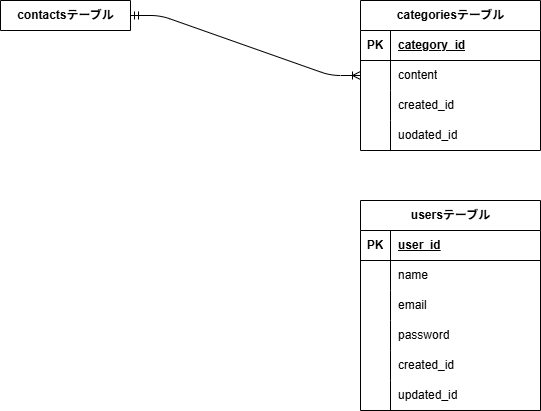
Above: er.drawio.png in miho-85-ux/testcontact-form (draw.io), before the change. Source tidied: cells renumbered, new cells last; positions are measured from the earlier drawing's top-left corner, leaving out a move shared by most shapes.
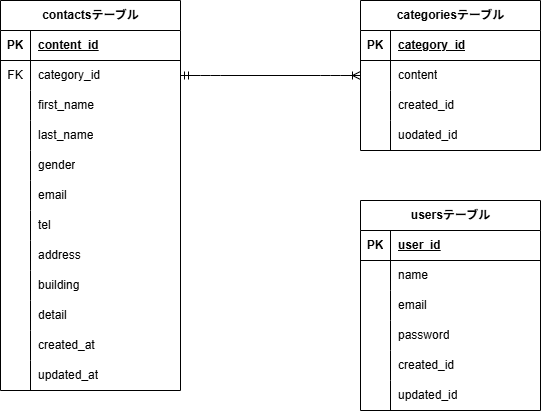
Later version of the same file.

The edit, as a diff of the source:
```diff
@@ -98,8 +98,119 @@
     <mxCell id="33" value="updated_id" style="shape=partialRectangle;fillColor=none;top=0;left=0;bottom=0;right=0;align=left;spacingLeft=6;overflow=hidden;whiteSpace=wrap;html=1;" parent="31" vertex="1">
       <mxGeometry x="30" width="150" height="30" as="geometry" />
     </mxCell>
-    <mxCell id="34" value="contactsテーブル" style="shape=table;startSize=30;rowLines=0;fontStyle=1;align=center;html=1;" parent="1" vertex="1" collapsed="1">
-      <mxGeometry width="130" height="30" as="geometry" />
+    <mxCell id="34" value="contactsテーブル" style="shape=table;startSize=30;rowLines=0;fontStyle=1;align=center;html=1;" parent="1" vertex="1">
+      <mxGeometry width="180" height="390" as="geometry" />
     </mxCell>
+    <mxCell id="35" style="shape=tableRow;horizontal=0;startSize=0;swimlaneHead=0;swimlaneBody=0;fillColor=none;top=0;left=0;right=0;bottom=1;" parent="34" vertex="1">
+      <mxGeometry y="30" width="180" height="30" as="geometry" />
+    </mxCell>
+    <mxCell id="36" value="PK" style="shape=partialRectangle;fillColor=none;top=0;left=0;bottom=0;right=0;fontStyle=1;overflow=hidden;whiteSpace=wrap;html=1;" parent="35" vertex="1">
+      <mxGeometry width="30" height="30" as="geometry" />
+    </mxCell>
+    <mxCell id="37" value="content_id" style="shape=partialRectangle;fillColor=none;top=0;left=0;bottom=0;right=0;align=left;spacingLeft=6;fontStyle=5;overflow=hidden;whiteSpace=wrap;html=1;" parent="35" vertex="1">
+      <mxGeometry x="30" width="150" height="30" as="geometry" />
+    </mxCell>
+    <mxCell id="38" style="shape=tableRow;horizontal=0;startSize=0;swimlaneHead=0;swimlaneBody=0;fillColor=none;points=[[0,0.5],[1,0.5]];portConstraint=eastwest;top=0;left=0;right=0;bottom=0;" parent="34" vertex="1">
+      <mxGeometry y="60" width="180" height="30" as="geometry" />
+    </mxCell>
+    <mxCell id="39" value="FK" style="shape=partialRectangle;fillColor=none;top=0;left=0;bottom=0;right=0;overflow=hidden;whiteSpace=wrap;html=1;" parent="38" vertex="1">
+      <mxGeometry width="30" height="30" as="geometry" />
+    </mxCell>
+    <mxCell id="40" value="category_id" style="shape=partialRectangle;fillColor=none;top=0;left=0;bottom=0;right=0;align=left;spacingLeft=6;overflow=hidden;whiteSpace=wrap;html=1;" parent="38" vertex="1">
+      <mxGeometry x="30" width="150" height="30" as="geometry" />
+    </mxCell>
+    <mxCell id="41" style="shape=tableRow;horizontal=0;startSize=0;swimlaneHead=0;swimlaneBody=0;fillColor=none;top=0;left=0;right=0;bottom=0;" parent="34" vertex="1">
+      <mxGeometry y="90" width="180" height="30" as="geometry" />
+    </mxCell>
+    <mxCell id="42" style="shape=partialRectangle;fillColor=none;top=0;left=0;bottom=0;right=0;overflow=hidden;whiteSpace=wrap;html=1;" parent="41" vertex="1">
+      <mxGeometry width="30" height="30" as="geometry" />
+    </mxCell>
+    <mxCell id="43" value="first_name" style="shape=partialRectangle;fillColor=none;top=0;left=0;bottom=0;right=0;align=left;spacingLeft=6;overflow=hidden;whiteSpace=wrap;html=1;" parent="41" vertex="1">
+      <mxGeometry x="30" width="150" height="30" as="geometry" />
+    </mxCell>
+    <mxCell id="44" style="shape=tableRow;horizontal=0;startSize=0;swimlaneHead=0;swimlaneBody=0;fillColor=none;top=0;left=0;right=0;bottom=0;" parent="34" vertex="1">
+      <mxGeometry y="120" width="180" height="30" as="geometry" />
+    </mxCell>
+    <mxCell id="45" style="shape=partialRectangle;fillColor=none;top=0;left=0;bottom=0;right=0;overflow=hidden;whiteSpace=wrap;html=1;" parent="44" vertex="1">
+      <mxGeometry width="30" height="30" as="geometry" />
+    </mxCell>
+    <mxCell id="46" value="last_name" style="shape=partialRectangle;fillColor=none;top=0;left=0;bottom=0;right=0;align=left;spacingLeft=6;overflow=hidden;whiteSpace=wrap;html=1;" parent="44" vertex="1">
+      <mxGeometry x="30" width="150" height="30" as="geometry" />
+    </mxCell>
+    <mxCell id="47" style="shape=tableRow;horizontal=0;startSize=0;swimlaneHead=0;swimlaneBody=0;fillColor=none;top=0;left=0;right=0;bottom=0;" parent="34" vertex="1">
+      <mxGeometry y="150" width="180" height="30" as="geometry" />
+    </mxCell>
+    <mxCell id="48" style="shape=partialRectangle;fillColor=none;top=0;left=0;bottom=0;right=0;overflow=hidden;whiteSpace=wrap;html=1;" parent="47" vertex="1">
+      <mxGeometry width="30" height="30" as="geometry" />
+    </mxCell>
+    <mxCell id="49" value="gender" style="shape=partialRectangle;fillColor=none;top=0;left=0;bottom=0;right=0;align=left;spacingLeft=6;overflow=hidden;whiteSpace=wrap;html=1;" parent="47" vertex="1">
+      <mxGeometry x="30" width="150" height="30" as="geometry" />
+    </mxCell>
+    <mxCell id="50" style="shape=tableRow;horizontal=0;startSize=0;swimlaneHead=0;swimlaneBody=0;fillColor=none;top=0;left=0;right=0;bottom=0;" parent="34" vertex="1">
+      <mxGeometry y="180" width="180" height="30" as="geometry" />
+    </mxCell>
+    <mxCell id="51" style="shape=partialRectangle;fillColor=none;top=0;left=0;bottom=0;right=0;overflow=hidden;whiteSpace=wrap;html=1;" parent="50" vertex="1">
+      <mxGeometry width="30" height="30" as="geometry" />
+    </mxCell>
+    <mxCell id="52" value="email" style="shape=partialRectangle;fillColor=none;top=0;left=0;bottom=0;right=0;align=left;spacingLeft=6;overflow=hidden;whiteSpace=wrap;html=1;" parent="50" vertex="1">
+      <mxGeometry x="30" width="150" height="30" as="geometry" />
+    </mxCell>
+    <mxCell id="53" style="shape=tableRow;horizontal=0;startSize=0;swimlaneHead=0;swimlaneBody=0;fillColor=none;top=0;left=0;right=0;bottom=0;" parent="34" vertex="1">
+      <mxGeometry y="210" width="180" height="30" as="geometry" />
+    </mxCell>
+    <mxCell id="54" style="shape=partialRectangle;fillColor=none;top=0;left=0;bottom=0;right=0;overflow=hidden;whiteSpace=wrap;html=1;" parent="53" vertex="1">
+      <mxGeometry width="30" height="30" as="geometry" />
+    </mxCell>
+    <mxCell id="55" value="tel" style="shape=partialRectangle;fillColor=none;top=0;left=0;bottom=0;right=0;align=left;spacingLeft=6;overflow=hidden;whiteSpace=wrap;html=1;" parent="53" vertex="1">
+      <mxGeometry x="30" width="150" height="30" as="geometry" />
+    </mxCell>
+    <mxCell id="56" style="shape=tableRow;horizontal=0;startSize=0;swimlaneHead=0;swimlaneBody=0;fillColor=none;top=0;left=0;right=0;bottom=0;" parent="34" vertex="1">
+      <mxGeometry y="240" width="180" height="30" as="geometry" />
+    </mxCell>
+    <mxCell id="57" style="shape=partialRectangle;fillColor=none;top=0;left=0;bottom=0;right=0;overflow=hidden;whiteSpace=wrap;html=1;" parent="56" vertex="1">
+      <mxGeometry width="30" height="30" as="geometry" />
+    </mxCell>
+    <mxCell id="58" value="address" style="shape=partialRectangle;fillColor=none;top=0;left=0;bottom=0;right=0;align=left;spacingLeft=6;overflow=hidden;whiteSpace=wrap;html=1;" parent="56" vertex="1">
+      <mxGeometry x="30" width="150" height="30" as="geometry" />
+    </mxCell>
+    <mxCell id="59" style="shape=tableRow;horizontal=0;startSize=0;swimlaneHead=0;swimlaneBody=0;fillColor=none;top=0;left=0;right=0;bottom=0;" parent="34" vertex="1">
+      <mxGeometry y="270" width="180" height="30" as="geometry" />
+    </mxCell>
+    <mxCell id="60" style="shape=partialRectangle;fillColor=none;top=0;left=0;bottom=0;right=0;overflow=hidden;whiteSpace=wrap;html=1;" parent="59" vertex="1">
+      <mxGeometry width="30" height="30" as="geometry" />
+    </mxCell>
+    <mxCell id="61" value="building" style="shape=partialRectangle;fillColor=none;top=0;left=0;bottom=0;right=0;align=left;spacingLeft=6;overflow=hidden;whiteSpace=wrap;html=1;" parent="59" vertex="1">
+      <mxGeometry x="30" width="150" height="30" as="geometry" />
+    </mxCell>
+    <mxCell id="62" style="shape=tableRow;horizontal=0;startSize=0;swimlaneHead=0;swimlaneBody=0;fillColor=none;top=0;left=0;right=0;bottom=0;" parent="34" vertex="1">
+      <mxGeometry y="300" width="180" height="30" as="geometry" />
+    </mxCell>
+    <mxCell id="63" style="shape=partialRectangle;fillColor=none;top=0;left=0;bottom=0;right=0;overflow=hidden;whiteSpace=wrap;html=1;" parent="62" vertex="1">
+      <mxGeometry width="30" height="30" as="geometry" />
+    </mxCell>
+    <mxCell id="64" value="detail" style="shape=partialRectangle;fillColor=none;top=0;left=0;bottom=0;right=0;align=left;spacingLeft=6;overflow=hidden;whiteSpace=wrap;html=1;" parent="62" vertex="1">
+      <mxGeometry x="30" width="150" height="30" as="geometry" />
+    </mxCell>
+    <mxCell id="65" style="shape=tableRow;horizontal=0;startSize=0;swimlaneHead=0;swimlaneBody=0;fillColor=none;top=0;left=0;right=0;bottom=0;" parent="34" vertex="1">
+      <mxGeometry y="330" width="180" height="30" as="geometry" />
+    </mxCell>
+    <mxCell id="66" style="shape=partialRectangle;fillColor=none;top=0;left=0;bottom=0;right=0;overflow=hidden;whiteSpace=wrap;html=1;" parent="65" vertex="1">
+      <mxGeometry width="30" height="30" as="geometry" />
+    </mxCell>
+    <mxCell id="67" value="created_at" style="shape=partialRectangle;fillColor=none;top=0;left=0;bottom=0;right=0;align=left;spacingLeft=6;overflow=hidden;whiteSpace=wrap;html=1;" parent="65" vertex="1">
+      <mxGeometry x="30" width="150" height="30" as="geometry" />
+    </mxCell>
+    <mxCell id="68" style="shape=tableRow;horizontal=0;startSize=0;swimlaneHead=0;swimlaneBody=0;fillColor=none;top=0;left=0;right=0;bottom=0;" parent="34" vertex="1">
+      <mxGeometry y="360" width="180" height="30" as="geometry" />
+    </mxCell>
+    <mxCell id="69" style="shape=partialRectangle;fillColor=none;top=0;left=0;bottom=0;right=0;overflow=hidden;whiteSpace=wrap;html=1;" parent="68" vertex="1">
+      <mxGeometry width="30" height="30" as="geometry" />
+    </mxCell>
+    <mxCell id="70" value="updated_at" style="shape=partialRectangle;fillColor=none;top=0;left=0;bottom=0;right=0;align=left;spacingLeft=6;overflow=hidden;whiteSpace=wrap;html=1;" parent="68" vertex="1">
+      <mxGeometry x="30" width="150" height="30" as="geometry" />
+    </mxCell>
+    <mxCell id="71" style="edgeStyle=entityRelationEdgeStyle;fontSize=12;html=1;endArrow=ERoneToMany;startArrow=ERmandOne;exitX=1;exitY=0.5;exitDx=0;exitDy=0;entryX=0;entryY=0.5;entryDx=0;entryDy=0;" parent="1" edge="1" source="38" target="6">
+      <mxGeometry relative="1" as="geometry" />
+    </mxCell>
   </root>
 </mxGraphModel>
```
